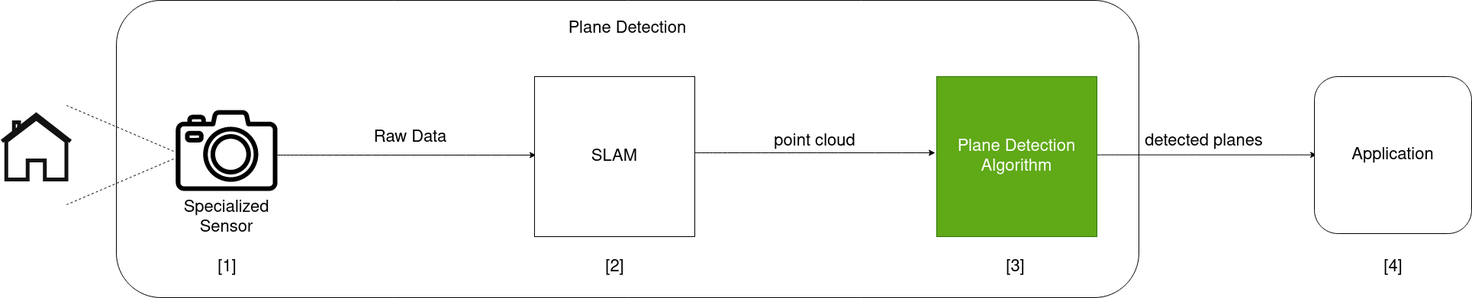
The draw.io diagram Document/images/concept_specific.png in rocketman123456/Comparison-of-Real-Time-Plane-Detection-Algorithms, before a commit. Source tidied: cells renumbered, new cells last; positions are measured from the earlier drawing's top-left corner, leaving out a move shared by most shapes.
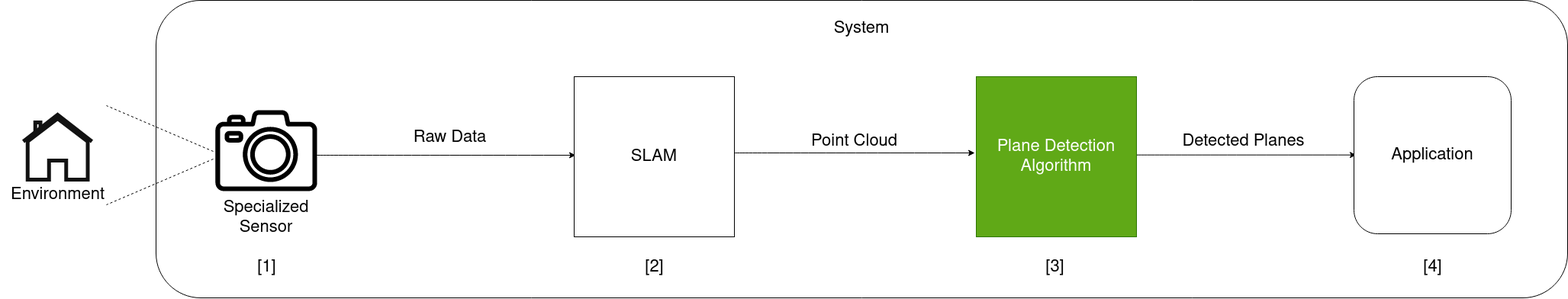
After the change.

Change to the diagram source:
```diff
@@ -2,8 +2,8 @@
   <root>
     <mxCell id="0" />
     <mxCell id="1" parent="0" />
-    <mxCell id="2" value="&lt;div&gt;Plane Detection&lt;/div&gt;&lt;div&gt;&lt;br&gt;&lt;/div&gt;&lt;div&gt;&lt;br&gt;&lt;/div&gt;&lt;div&gt;&lt;br&gt;&lt;/div&gt;&lt;div&gt;&lt;br&gt;&lt;/div&gt;&lt;div&gt;&lt;br&gt;&lt;/div&gt;&lt;div&gt;&lt;br&gt;&lt;/div&gt;&lt;div&gt;&lt;br&gt;&lt;/div&gt;&lt;div&gt;&lt;br&gt;&lt;/div&gt;&lt;div&gt;&lt;br&gt;&lt;/div&gt;&lt;div&gt;&lt;br&gt;&lt;/div&gt;&lt;div&gt;&lt;br&gt;&lt;/div&gt;&lt;div&gt;&lt;br&gt;&lt;/div&gt;" style="rounded=1;whiteSpace=wrap;html=1;fontSize=22;" parent="1" vertex="1">
-      <mxGeometry x="150" width="1340" height="390" as="geometry" />
+    <mxCell id="2" value="&lt;div&gt;System&lt;br&gt;&lt;/div&gt;&lt;div&gt;&lt;br&gt;&lt;/div&gt;&lt;div&gt;&lt;br&gt;&lt;/div&gt;&lt;div&gt;&lt;br&gt;&lt;/div&gt;&lt;div&gt;&lt;br&gt;&lt;/div&gt;&lt;div&gt;&lt;br&gt;&lt;/div&gt;&lt;div&gt;&lt;br&gt;&lt;/div&gt;&lt;div&gt;&lt;br&gt;&lt;/div&gt;&lt;div&gt;&lt;br&gt;&lt;/div&gt;&lt;div&gt;&lt;br&gt;&lt;/div&gt;&lt;div&gt;&lt;br&gt;&lt;/div&gt;&lt;div&gt;&lt;br&gt;&lt;/div&gt;&lt;div&gt;&lt;br&gt;&lt;/div&gt;" style="rounded=1;whiteSpace=wrap;html=1;fontSize=22;" parent="1" vertex="1">
+      <mxGeometry x="150" width="1850" height="390" as="geometry" />
     </mxCell>
     <mxCell id="3" style="edgeStyle=orthogonalEdgeStyle;rounded=1;orthogonalLoop=1;jettySize=auto;html=1;entryX=0;entryY=0.5;entryDx=0;entryDy=0;curved=1;" parent="1" edge="1">
       <mxGeometry relative="1" as="geometry">
@@ -33,17 +33,17 @@
         <mxPoint x="1723" y="202.7" as="targetPoint" />
       </mxGeometry>
     </mxCell>
-    <mxCell id="7" value="&lt;div style=&quot;font-size: 22px;&quot;&gt;point cloud&lt;/div&gt;" style="text;html=1;align=center;verticalAlign=middle;strokeColor=none;fillColor=none;rounded=1;fontSize=22;" parent="1" vertex="1">
-      <mxGeometry x="1000" y="165" width="130" height="40" as="geometry" />
+    <mxCell id="7" value="&lt;div style=&quot;font-size: 22px;&quot;&gt;Point Cloud&lt;/div&gt;" style="text;html=1;align=center;verticalAlign=middle;strokeColor=none;fillColor=none;rounded=1;fontSize=22;" parent="1" vertex="1">
+      <mxGeometry x="995" y="165" width="140" height="40" as="geometry" />
     </mxCell>
-    <mxCell id="8" value="&lt;div style=&quot;font-size: 22px;&quot;&gt;detected planes&lt;/div&gt;" style="text;html=1;align=center;verticalAlign=middle;strokeColor=none;fillColor=none;rounded=1;fontSize=22;" parent="1" vertex="1">
+    <mxCell id="8" value="&lt;div style=&quot;font-size: 22px;&quot;&gt;Detected Planes&lt;/div&gt;" style="text;html=1;align=center;verticalAlign=middle;strokeColor=none;fillColor=none;rounded=1;fontSize=22;" parent="1" vertex="1">
       <mxGeometry x="1485" y="165" width="180" height="40" as="geometry" />
     </mxCell>
     <mxCell id="9" value="Application" style="whiteSpace=wrap;html=1;rounded=1;fontSize=22;" parent="1" vertex="1">
       <mxGeometry x="1720" y="100" width="206" height="206" as="geometry" />
     </mxCell>
     <mxCell id="10" style="html=1;verticalLabelPosition=bottom;align=center;labelBackgroundColor=#ffffff;verticalAlign=top;strokeWidth=5;shadow=0;dashed=0;shape=mxgraph.ios7.icons.home;fontSize=16;strokeColor=#121212;gradientColor=none;fillColor=none;" parent="1" vertex="1">
-      <mxGeometry y="150" width="90" height="85" as="geometry" />
+      <mxGeometry x="-24" y="150" width="90" height="85" as="geometry" />
     </mxCell>
     <mxCell id="11" value="&lt;div&gt;[1]&lt;/div&gt;" style="text;html=1;align=center;verticalAlign=middle;strokeColor=none;fillColor=none;fontSize=22;" parent="1" vertex="1">
       <mxGeometry x="269.5" y="330" width="50" height="40" as="geometry" />
@@ -84,5 +84,8 @@
         <mxPoint x="-5" y="135" as="targetPoint" />
       </mxGeometry>
     </mxCell>
+    <mxCell id="22" value="&lt;font style=&quot;font-size: 22px;&quot;&gt;Environment&lt;/font&gt;" style="text;html=1;align=center;verticalAlign=middle;strokeColor=none;fillColor=none;" parent="1" vertex="1">
+      <mxGeometry x="-54" y="235" width="150" height="40" as="geometry" />
+    </mxCell>
   </root>
 </mxGraphModel>
```
